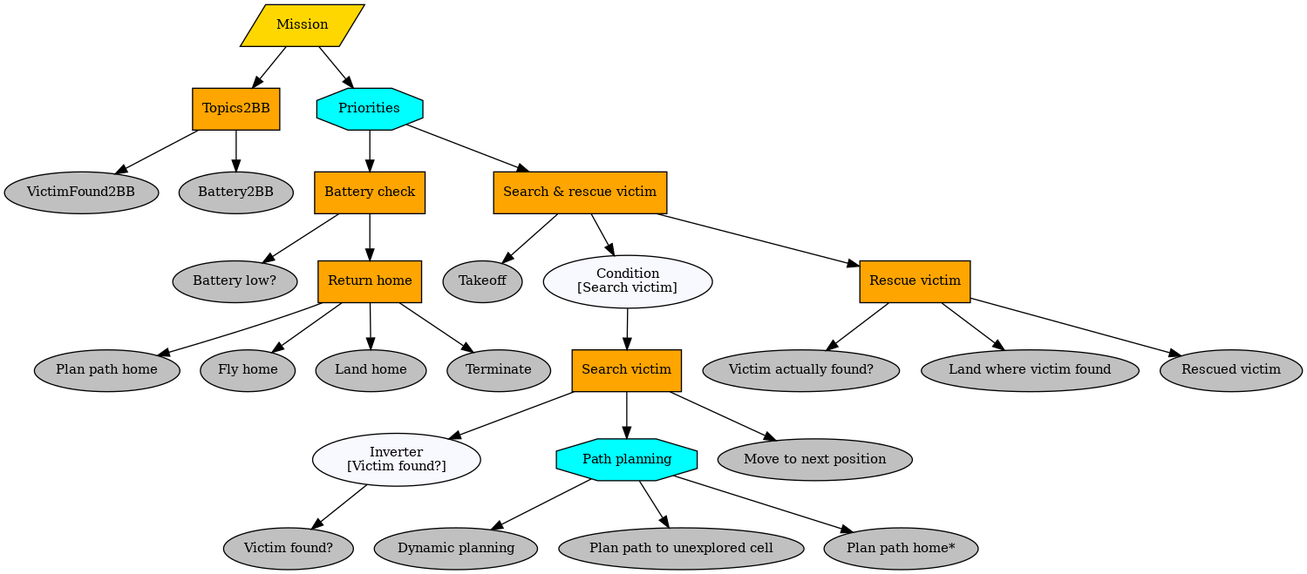
The Graphviz diagram planner_tree.png in srothh/ppmrob, before a commit. Its source is kept beside it as planner_tree.dot.
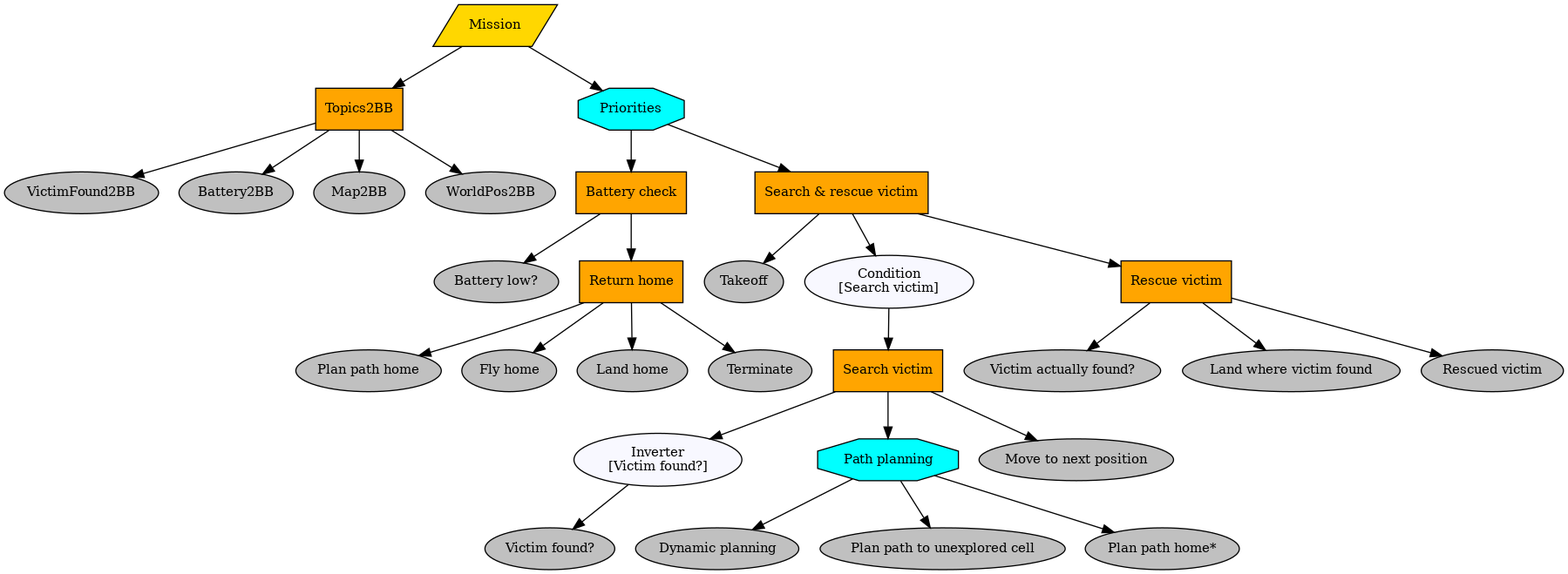
Above is the later version.

The edit, as a diff of the source:
```diff
@@ -9,6 +9,10 @@
 Topics2BB -> VictimFound2BB;
 Battery2BB [fillcolor=gray, fontcolor=black, fontsize=11, shape=ellipse, style=filled];
 Topics2BB -> Battery2BB;
+Map2BB [fillcolor=gray, fontcolor=black, fontsize=11, shape=ellipse, style=filled];
+Topics2BB -> Map2BB;
+WorldPos2BB [fillcolor=gray, fontcolor=black, fontsize=11, shape=ellipse, style=filled];
+Topics2BB -> WorldPos2BB;
 Priorities [fillcolor=cyan, fontcolor=black, fontsize=11, shape=octagon, style=filled];
 Mission -> Priorities;
 "Battery check" [fillcolor=orange, fontcolor=black, fontsize=11, shape=box, style=filled];
```
